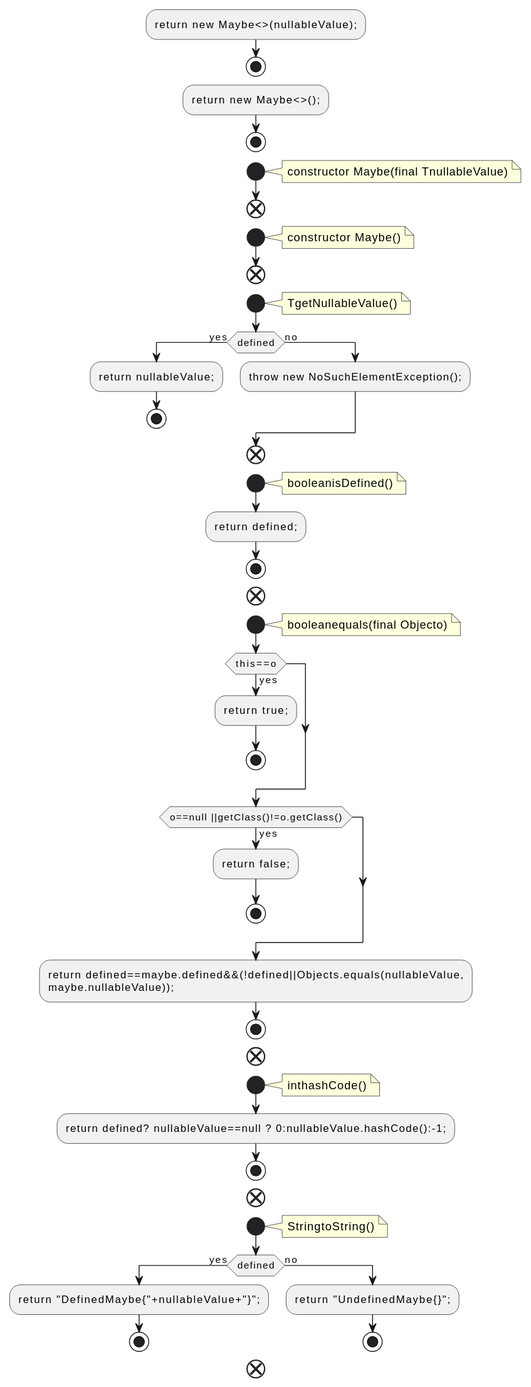
qualitesys/kafka keeps this PlantUML diagram as docs/qc/streams/src/main/java/org/apache/kafka/streams/state/internals/Maybe.java.fct.svg. Above is the earlier version.
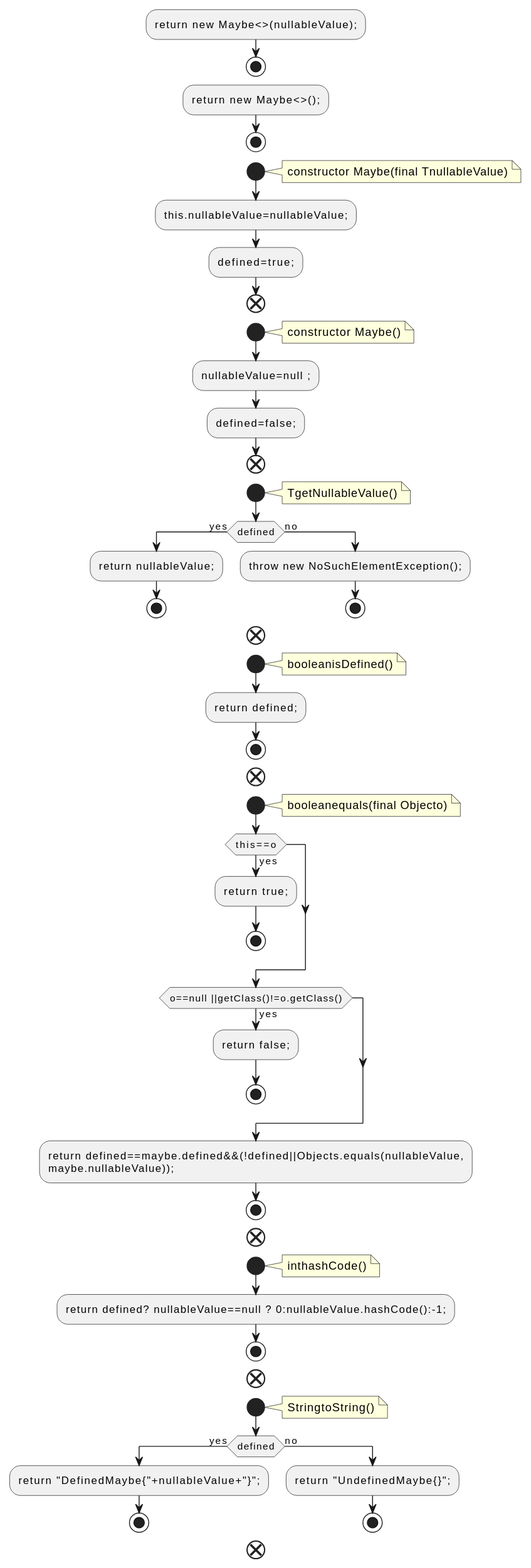
Above is the later version.

Change to the diagram source:
```diff
@@ -8,11 +8,15 @@
 note right
 constructor Maybe(final TnullableValue)
 end note
+:this.nullableValue=nullableValue;;
+:defined=true;;
 end
 start
 note right
 constructor Maybe()
 end note
+:nullableValue=null ;;
+:defined=false;;
 end
 start
 note right
@@ -23,6 +27,7 @@
 stop
 else (no)
 :throw new NoSuchElementException();;
+stop
 endif
 end
 start
```
